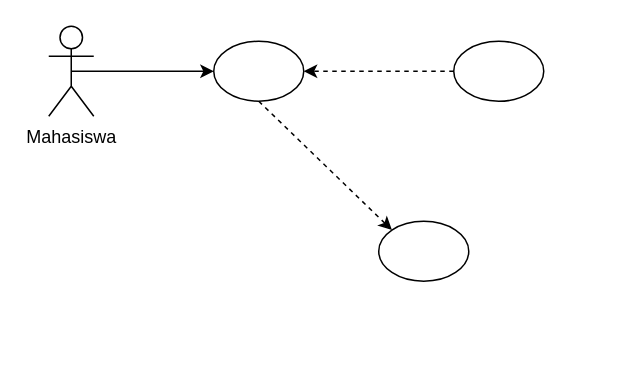
Earlier version of the draw.io diagram Untitled Diagram.drawio (mahesri/uml_ads_sms3). Source tidied: cells renumbered, new cells numbered last; positions are measured from the earlier drawing's top-left corner, leaving out a move shared by most shapes. Both pictures are drawn from the tidied source at 150%, with x=0, y=0 at pixel (48, 26).
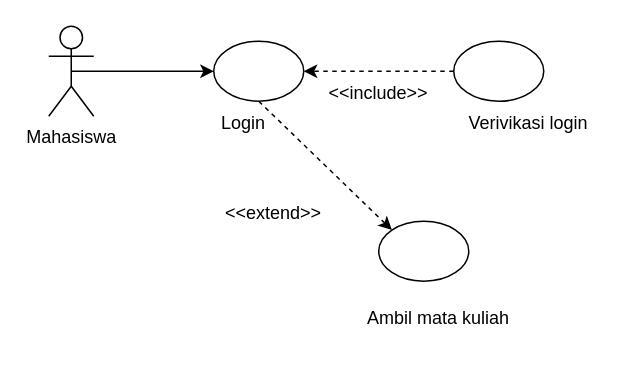
Above is the later version.

Change to the diagram source:
```diff
@@
 <mxGraphModel>
   <root>
     <mxCell id="0" />
     <mxCell id="1" parent="0" />
     <mxCell id="2" value="Mahasiswa" style="shape=umlActor;verticalLabelPosition=bottom;verticalAlign=top;html=1;outlineConnect=0;" parent="1" vertex="1">
       <mxGeometry width="30" height="60" as="geometry" />
     </mxCell>
     <mxCell id="3" style="endArrow=classic;html=1;rounded=0;exitX=0.5;exitY=0.5;exitDx=0;exitDy=0;exitPerimeter=0;" parent="1" edge="1" source="2" target="4">
       <mxGeometry relative="1" as="geometry" />
     </mxCell>
     <mxCell id="4" style="ellipse;whiteSpace=wrap;html=1;" parent="1" vertex="1">
       <mxGeometry x="110" y="10" width="60" height="40" as="geometry" />
     </mxCell>
     <mxCell id="5" style="ellipse;whiteSpace=wrap;html=1;" parent="1" vertex="1">
       <mxGeometry x="270" y="10" width="60" height="40" as="geometry" />
     </mxCell>
     <mxCell id="6" style="endArrow=classic;html=1;rounded=0;exitX=0;exitY=0.5;exitDx=0;exitDy=0;entryX=1;entryY=0.5;entryDx=0;entryDy=0;dashed=1;" parent="1" edge="1" source="5" target="4">
       <mxGeometry relative="1" as="geometry" />
     </mxCell>
     <mxCell id="7" style="ellipse;whiteSpace=wrap;html=1;" parent="1" vertex="1">
       <mxGeometry x="220" y="130" width="60" height="40" as="geometry" />
     </mxCell>
     <mxCell id="8" style="endArrow=classic;html=1;rounded=0;exitX=0.5;exitY=1;exitDx=0;exitDy=0;entryX=0;entryY=0;entryDx=0;entryDy=0;dashed=1;" parent="1" edge="1" source="4" target="7">
       <mxGeometry relative="1" as="geometry" />
     </mxCell>
+    <mxCell id="9" value="Login" style="text;strokeColor=none;align=center;fillColor=none;html=1;verticalAlign=middle;whiteSpace=wrap;rounded=0;" parent="1" vertex="1">
+      <mxGeometry x="100" y="50" width="60" height="30" as="geometry" />
+    </mxCell>
+    <mxCell id="10" value="Verivikasi login" style="text;strokeColor=none;align=center;fillColor=none;html=1;verticalAlign=middle;whiteSpace=wrap;rounded=0;" parent="1" vertex="1">
+      <mxGeometry x="270" y="50" width="100" height="30" as="geometry" />
+    </mxCell>
+    <mxCell id="11" value="Ambil mata kuliah" style="text;strokeColor=none;align=center;fillColor=none;html=1;verticalAlign=middle;whiteSpace=wrap;rounded=0;" parent="1" vertex="1">
+      <mxGeometry x="210" y="180" width="100" height="30" as="geometry" />
+    </mxCell>
+    <mxCell id="12" value="&amp;lt;&amp;lt;extend&amp;gt;&amp;gt;" style="text;strokeColor=none;align=center;fillColor=none;html=1;verticalAlign=middle;whiteSpace=wrap;rounded=0;" parent="1" vertex="1">
+      <mxGeometry x="100" y="110" width="100" height="30" as="geometry" />
+    </mxCell>
+    <mxCell id="13" value="&amp;lt;&amp;lt;include&amp;gt;&amp;gt;" style="text;strokeColor=none;align=center;fillColor=none;html=1;verticalAlign=middle;whiteSpace=wrap;rounded=0;" parent="1" vertex="1">
+      <mxGeometry x="170" y="30" width="100" height="30" as="geometry" />
+    </mxCell>
   </root>
 </mxGraphModel>
```
